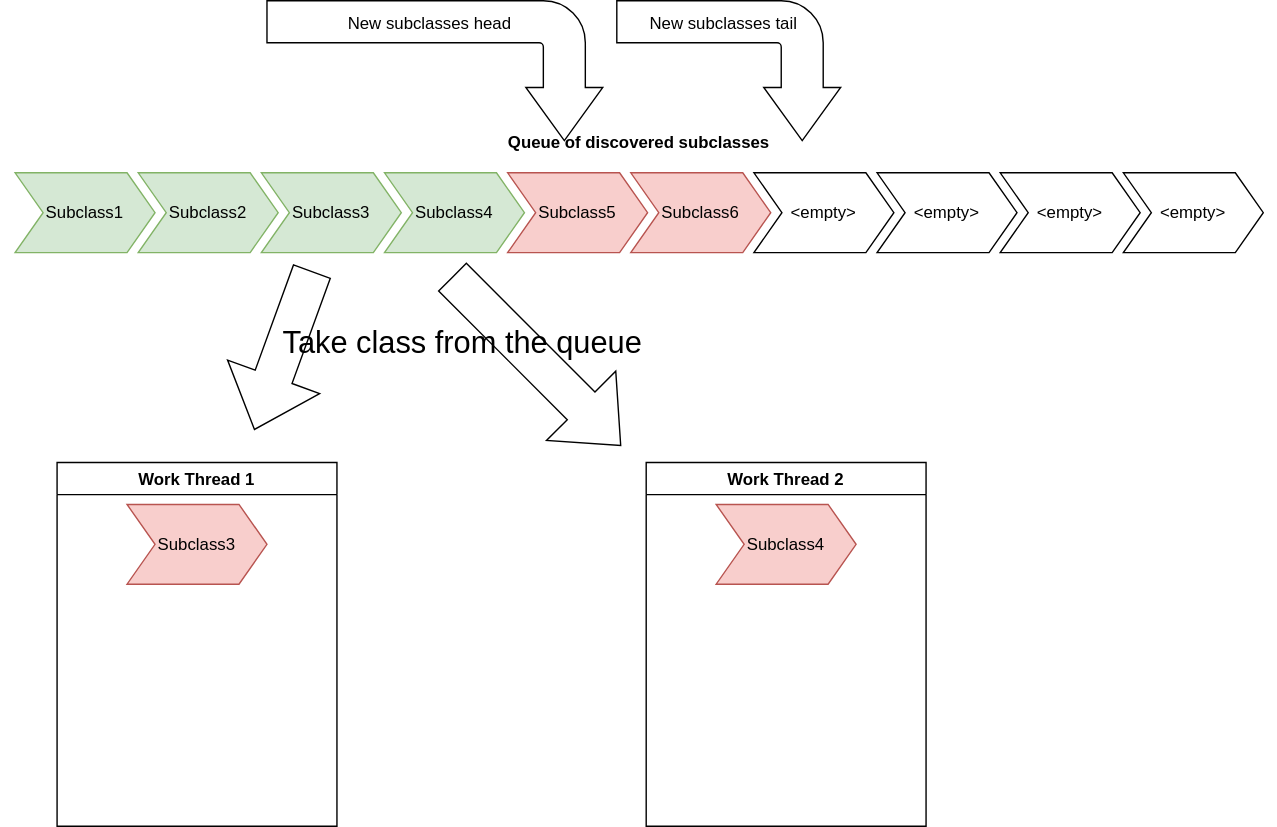
cdracm/cdracm.github.io keeps this draw.io diagram as assets/anim/concCollectionStep3.drawio.svg. Above is the earlier version. Source tidied: cells renumbered, new cells last; positions are measured from the earlier drawing's top-left corner, leaving out a move shared by most shapes.
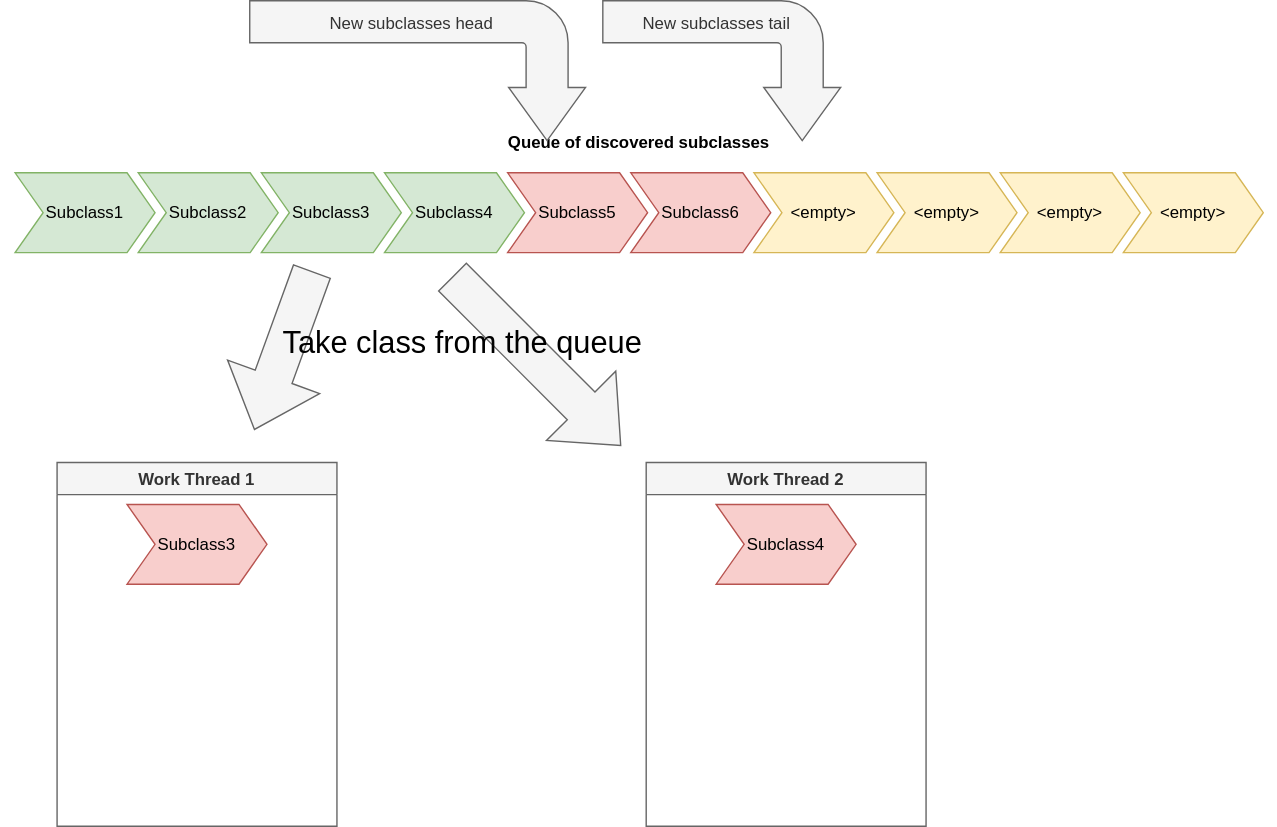
After the commit.

The edit, as a diff of the source:
```diff
@@ -2,63 +2,63 @@
   <root>
     <mxCell id="0" />
     <mxCell id="1" parent="0" />
-    <mxCell id="2" value="Queue of discovered subclasses" style="swimlane;horizontal=1;fillColor=none;strokeColor=none;stackBorder=10;align=center;whiteSpace=wrap;html=1;" parent="1" vertex="1">
+    <mxCell id="2" value="Queue of discovered subclasses" style="swimlane;horizontal=1;fillColor=none;strokeColor=none;stackBorder=10;align=center;whiteSpace=wrap;html=1;labelBackgroundColor=default;spacingBottom=0;labelPosition=center;verticalLabelPosition=middle;verticalAlign=middle;" parent="1" vertex="1">
       <mxGeometry y="160" width="912" height="100" as="geometry" />
     </mxCell>
-    <mxCell id="3" value="Subclass1" style="shape=step;perimeter=stepPerimeter;fixedSize=1;whiteSpace=wrap;html=1;fillColor=#d5e8d4;strokeColor=#82b366;" parent="2" vertex="1">
+    <mxCell id="3" value="Subclass1" style="shape=step;perimeter=stepPerimeter;fixedSize=1;whiteSpace=wrap;html=1;fillColor=#d5e8d4;strokeColor=#82b366;labelBackgroundColor=none;" parent="2" vertex="1">
       <mxGeometry x="10" y="33" width="100" height="57" as="geometry" />
     </mxCell>
-    <mxCell id="4" value="Subclass2" style="shape=step;perimeter=stepPerimeter;fixedSize=1;whiteSpace=wrap;html=1;fillColor=#d5e8d4;strokeColor=#82b366;" parent="2" vertex="1">
+    <mxCell id="4" value="Subclass2" style="shape=step;perimeter=stepPerimeter;fixedSize=1;whiteSpace=wrap;html=1;fillColor=#d5e8d4;strokeColor=#82b366;labelBackgroundColor=none;" parent="2" vertex="1">
       <mxGeometry x="98" y="33" width="100" height="57" as="geometry" />
     </mxCell>
-    <mxCell id="5" value="Subclass3" style="shape=step;perimeter=stepPerimeter;fixedSize=1;whiteSpace=wrap;html=1;fillColor=#d5e8d4;strokeColor=#82b366;" parent="2" vertex="1">
+    <mxCell id="5" value="Subclass3" style="shape=step;perimeter=stepPerimeter;fixedSize=1;whiteSpace=wrap;html=1;fillColor=#d5e8d4;strokeColor=#82b366;labelBackgroundColor=none;" parent="2" vertex="1">
       <mxGeometry x="186" y="33" width="100" height="57" as="geometry" />
     </mxCell>
-    <mxCell id="6" value="Subclass4" style="shape=step;perimeter=stepPerimeter;fixedSize=1;whiteSpace=wrap;html=1;fillColor=#d5e8d4;strokeColor=#82b366;" parent="2" vertex="1">
+    <mxCell id="6" value="Subclass4" style="shape=step;perimeter=stepPerimeter;fixedSize=1;whiteSpace=wrap;html=1;fillColor=#d5e8d4;strokeColor=#82b366;labelBackgroundColor=none;" parent="2" vertex="1">
       <mxGeometry x="274" y="33" width="100" height="57" as="geometry" />
     </mxCell>
-    <mxCell id="7" value="Subclass5" style="shape=step;perimeter=stepPerimeter;fixedSize=1;whiteSpace=wrap;html=1;fillColor=#f8cecc;strokeColor=#b85450;" parent="2" vertex="1">
+    <mxCell id="7" value="Subclass5" style="shape=step;perimeter=stepPerimeter;fixedSize=1;whiteSpace=wrap;html=1;fillColor=#f8cecc;strokeColor=#b85450;labelBackgroundColor=none;" parent="2" vertex="1">
       <mxGeometry x="362" y="33" width="100" height="57" as="geometry" />
     </mxCell>
-    <mxCell id="8" value="Subclass6" style="shape=step;perimeter=stepPerimeter;fixedSize=1;whiteSpace=wrap;html=1;fillColor=#f8cecc;strokeColor=#b85450;" parent="2" vertex="1">
+    <mxCell id="8" value="Subclass6" style="shape=step;perimeter=stepPerimeter;fixedSize=1;whiteSpace=wrap;html=1;fillColor=#f8cecc;strokeColor=#b85450;labelBackgroundColor=none;" parent="2" vertex="1">
       <mxGeometry x="450" y="33" width="100" height="57" as="geometry" />
     </mxCell>
-    <mxCell id="9" value="&amp;lt;empty&amp;gt;" style="shape=step;perimeter=stepPerimeter;fixedSize=1;whiteSpace=wrap;html=1;" parent="2" vertex="1">
-      <mxGeometry x="538" y="33" width="100" height="57" as="geometry" />
-    </mxCell>
-    <mxCell id="10" value="&amp;lt;empty&amp;gt;" style="shape=step;perimeter=stepPerimeter;fixedSize=1;whiteSpace=wrap;html=1;" parent="2" vertex="1">
-      <mxGeometry x="626" y="33" width="100" height="57" as="geometry" />
-    </mxCell>
-    <mxCell id="11" value="&amp;lt;empty&amp;gt;" style="shape=step;perimeter=stepPerimeter;fixedSize=1;whiteSpace=wrap;html=1;" parent="2" vertex="1">
-      <mxGeometry x="714" y="33" width="100" height="57" as="geometry" />
-    </mxCell>
-    <mxCell id="12" value="&amp;lt;empty&amp;gt;" style="shape=step;perimeter=stepPerimeter;fixedSize=1;whiteSpace=wrap;html=1;" parent="2" vertex="1">
-      <mxGeometry x="802" y="33" width="100" height="57" as="geometry" />
-    </mxCell>
+    <mxCell id="22" value="&amp;lt;empty&amp;gt;" style="shape=step;perimeter=stepPerimeter;fixedSize=1;whiteSpace=wrap;html=1;labelBackgroundColor=none;convertToSvg=0;fillColor=#fff2cc;strokeColor=#d6b656;" parent="2" vertex="1">
+      <mxGeometry x="538" y="33" width="100" height="57" as="geometry" />
+    </mxCell>
+    <mxCell id="23" value="&amp;lt;empty&amp;gt;" style="shape=step;perimeter=stepPerimeter;fixedSize=1;whiteSpace=wrap;html=1;labelBackgroundColor=none;fillColor=#fff2cc;strokeColor=#d6b656;" parent="2" vertex="1">
+      <mxGeometry x="626" y="33" width="100" height="57" as="geometry" />
+    </mxCell>
+    <mxCell id="24" value="&amp;lt;empty&amp;gt;" style="shape=step;perimeter=stepPerimeter;fixedSize=1;whiteSpace=wrap;html=1;labelBackgroundColor=none;fillColor=#fff2cc;strokeColor=#d6b656;" parent="2" vertex="1">
+      <mxGeometry x="714" y="33" width="100" height="57" as="geometry" />
+    </mxCell>
+    <mxCell id="25" value="&amp;lt;empty&amp;gt;" style="shape=step;perimeter=stepPerimeter;fixedSize=1;whiteSpace=wrap;html=1;labelBackgroundColor=none;fillColor=#fff2cc;strokeColor=#d6b656;" parent="2" vertex="1">
+      <mxGeometry x="802" y="33" width="100" height="57" as="geometry" />
+    </mxCell>
-    <mxCell id="13" value="New subclasses head" style="html=1;shadow=0;dashed=0;align=center;verticalAlign=middle;shape=mxgraph.arrows2.bendArrow;dy=15;dx=38;notch=0;arrowHead=55;rounded=1;rotation=90;horizontal=0;spacingRight=9;spacingBottom=66;" parent="1" vertex="1">
-      <mxGeometry x="260" width="100" height="240" as="geometry" />
+    <mxCell id="13" value="&lt;span&gt;New subclasses head&lt;/span&gt;" style="html=1;shadow=0;dashed=0;align=center;verticalAlign=middle;shape=mxgraph.arrows2.bendArrow;dy=15;dx=38;notch=0;arrowHead=55;rounded=1;rotation=90;horizontal=0;spacingRight=9;spacingBottom=66;labelBackgroundColor=none;fillStyle=solid;fillColor=#f5f5f5;fontColor=#333333;strokeColor=#666666;" parent="1" vertex="1">
+      <mxGeometry x="247.7" width="100" height="240" as="geometry" />
     </mxCell>
-    <mxCell id="14" value="New subclasses tail" style="html=1;shadow=0;dashed=0;align=center;verticalAlign=middle;shape=mxgraph.arrows2.bendArrow;dy=15;dx=38;notch=0;arrowHead=55;rounded=1;rotation=90;horizontal=0;spacingRight=9;spacingBottom=66;flipH=0;flipV=0;" parent="1" vertex="1">
-      <mxGeometry x="470" y="40" width="100" height="160" as="geometry" />
+    <mxCell id="14" value="&lt;span&gt;New subclasses tail&lt;/span&gt;" style="html=1;shadow=0;dashed=0;align=center;verticalAlign=middle;shape=mxgraph.arrows2.bendArrow;dy=15;dx=38;notch=0;arrowHead=55;rounded=1;rotation=90;horizontal=0;spacingRight=9;spacingBottom=66;flipH=0;flipV=0;labelBackgroundColor=none;fillColor=#f5f5f5;fontColor=#333333;strokeColor=#666666;fillStyle=solid;" parent="1" vertex="1">
+      <mxGeometry x="465" y="35" width="100" height="170" as="geometry" />
     </mxCell>
-    <mxCell id="15" value="Work Thread 1" style="swimlane;" parent="1" vertex="1">
+    <mxCell id="15" value="Work Thread 1" style="swimlane;labelBackgroundColor=none;swimlaneFillColor=none;fillColor=#f5f5f5;fontColor=#333333;strokeColor=#666666;" parent="1" vertex="1">
       <mxGeometry x="40" y="400" width="200" height="260" as="geometry" />
     </mxCell>
+    <mxCell id="18" value="Work Thread 2" style="swimlane;labelBackgroundColor=none;fillColor=#f5f5f5;fontColor=#333333;strokeColor=#666666;" parent="1" vertex="1">
+      <mxGeometry x="461" y="400" width="200" height="260" as="geometry" />
+    </mxCell>
-    <mxCell id="16" value="Subclass3" style="shape=step;perimeter=stepPerimeter;fixedSize=1;whiteSpace=wrap;html=1;fillColor=#f8cecc;strokeColor=#b85450;" parent="15" vertex="1">
-      <mxGeometry x="50" y="30" width="100" height="57" as="geometry" />
+    <mxCell id="16" value="Subclass3" style="shape=step;perimeter=stepPerimeter;fixedSize=1;whiteSpace=wrap;html=1;fillColor=#f8cecc;strokeColor=#b85450;" parent="1" vertex="1">
+      <mxGeometry x="90" y="430" width="100" height="57" as="geometry" />
     </mxCell>
-    <mxCell id="17" style="html=1;shadow=0;dashed=0;align=center;verticalAlign=middle;shape=mxgraph.arrows2.arrow;dy=0.6;dx=40;direction=south;notch=0;rotation=20;" parent="1" vertex="1">
-      <mxGeometry x="166.6" y="260" width="70" height="120" as="geometry" />
-    </mxCell>
-    <mxCell id="18" value="Work Thread 2" style="swimlane;" parent="1" vertex="1">
-      <mxGeometry x="461" y="400" width="200" height="260" as="geometry" />
-    </mxCell>
+    <mxCell id="26" style="html=1;shadow=0;dashed=0;align=center;verticalAlign=middle;shape=mxgraph.arrows2.arrow;dy=0.6;dx=40;direction=south;notch=0;rotation=20;fillColor=#f5f5f5;fontColor=#333333;strokeColor=#666666;" parent="1" vertex="1">
+      <mxGeometry x="166.6" y="260" width="70" height="120" as="geometry" />
+    </mxCell>
-    <mxCell id="19" value="Subclass4" style="shape=step;perimeter=stepPerimeter;fixedSize=1;whiteSpace=wrap;html=1;fillColor=#f8cecc;strokeColor=#b85450;" parent="18" vertex="1">
-      <mxGeometry x="50" y="30" width="100" height="57" as="geometry" />
+    <mxCell id="19" value="Subclass4" style="shape=step;perimeter=stepPerimeter;fixedSize=1;whiteSpace=wrap;html=1;fillColor=#f8cecc;strokeColor=#b85450;" parent="1" vertex="1">
+      <mxGeometry x="511" y="430" width="100" height="57" as="geometry" />
     </mxCell>
-    <mxCell id="20" style="html=1;shadow=0;dashed=0;align=center;verticalAlign=middle;shape=mxgraph.arrows2.arrow;dy=0.6;dx=40;direction=south;notch=0;rotation=-45;flipV=0;flipH=0;" parent="1" vertex="1">
-      <mxGeometry x="347.7" y="242.7" width="70" height="170" as="geometry" />
-    </mxCell>
+    <mxCell id="27" style="html=1;shadow=0;dashed=0;align=center;verticalAlign=middle;shape=mxgraph.arrows2.arrow;dy=0.6;dx=40;direction=south;notch=0;rotation=-45;flipV=0;flipH=0;fillColor=#f5f5f5;fontColor=#333333;strokeColor=#666666;" parent="1" vertex="1">
+      <mxGeometry x="347.7" y="242.7" width="70" height="170" as="geometry" />
+    </mxCell>
     <mxCell id="21" value="Take class from the queue" style="text;html=1;whiteSpace=wrap;strokeColor=none;fillColor=none;align=center;verticalAlign=middle;rounded=0;fontSize=22;" parent="1" vertex="1">
       <mxGeometry x="180" y="300" width="300" height="30" as="geometry" />
     </mxCell>
```
